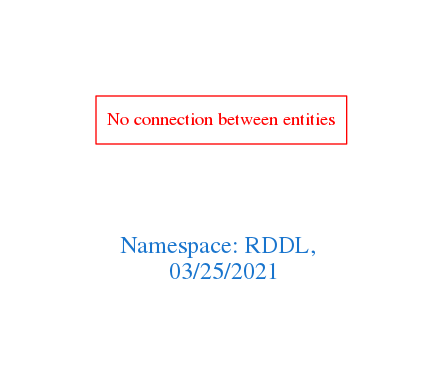
The Graphviz diagram downloads/RDDL.png in arago/OGIT, before a commit. Its source is kept beside it as downloads/RDDL.dot.
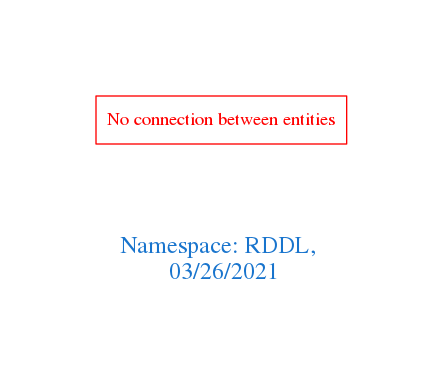
Above is the later version.

Diff of the diagram source:
```diff
@@ -1,7 +1,7 @@
 digraph OGIT_ontology {
  graph [ rankdir= LR,pad=1
 fontsize = 18,
-fontcolor= dodgerblue3,label = "\n\n\nNamespace: RDDL, \n 03/25/2021"];
+fontcolor= dodgerblue3,label = "\n\n\nNamespace: RDDL, \n 03/26/2021"];
 node[shape=polygon];
 edge [  color="gray81"];
 
```
